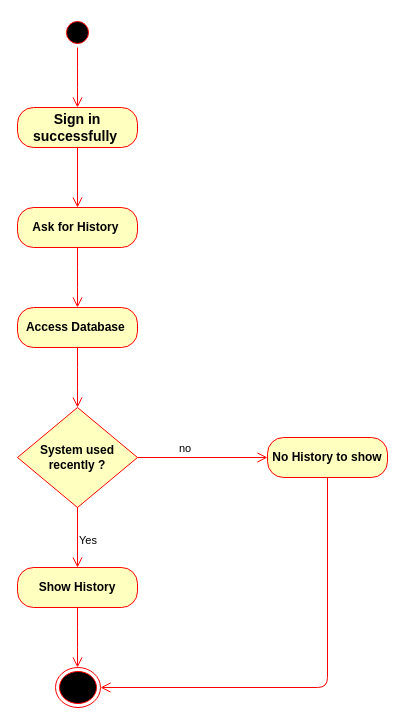
Before: Tasks/Reham/Activity Diagram/Show History.drawio in romanyn36/Catch-The-AI, a draw.io diagram. Source tidied: cells renumbered, new cells numbered last; positions are measured from the earlier drawing's top-left corner, leaving out a move shared by most shapes. Both pictures are drawn from the tidied source at 100%, with x=0, y=0 at pixel (17, 17).
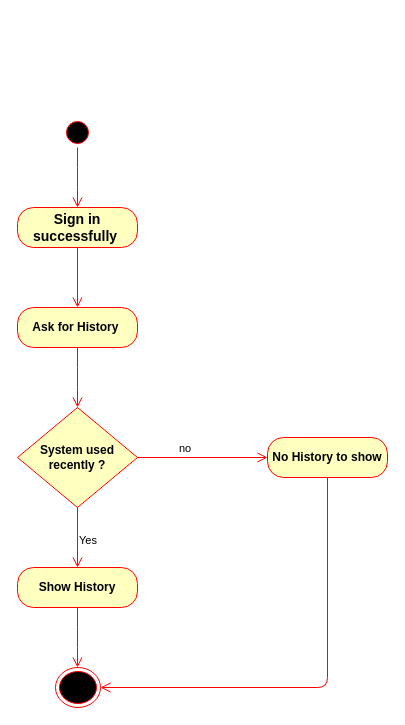
The same page after the edit.

What changed in the source:
```diff
@@
     <mxCell id="2" style="ellipse;html=1;shape=startState;fillColor=#000000;strokeColor=#ff0000;" parent="1" vertex="1">
-      <mxGeometry x="45" width="30" height="30" as="geometry" />
+      <mxGeometry x="45" y="100" width="30" height="30" as="geometry" />
     </mxCell>
     <mxCell id="3" style="edgeStyle=orthogonalEdgeStyle;html=1;verticalAlign=bottom;endArrow=open;endSize=8;strokeColor=#ff0000;" parent="1" edge="1" source="2">
       <mxGeometry relative="1" as="geometry">
-        <mxPoint x="60" y="90" as="targetPoint" />
+        <mxPoint x="60" y="190" as="targetPoint" />
       </mxGeometry>
     </mxCell>
     <mxCell id="4" value="&lt;b&gt;&lt;font style=&quot;font-size: 14px&quot;&gt;Sign in successfully&amp;nbsp;&lt;/font&gt;&lt;/b&gt;" style="rounded=1;whiteSpace=wrap;html=1;arcSize=40;fontColor=#000000;fillColor=#ffffc0;strokeColor=#ff0000;" parent="1" vertex="1">
-      <mxGeometry y="90" width="120" height="40" as="geometry" />
+      <mxGeometry y="190" width="120" height="40" as="geometry" />
     </mxCell>
     <mxCell id="5" value="&lt;b&gt;Ask for History&amp;nbsp;&lt;/b&gt;" style="rounded=1;whiteSpace=wrap;html=1;arcSize=40;fontColor=#000000;fillColor=#ffffc0;strokeColor=#ff0000;" parent="1" vertex="1">
-      <mxGeometry y="190" width="120" height="40" as="geometry" />
+      <mxGeometry y="290" width="120" height="40" as="geometry" />
     </mxCell>
     <mxCell id="6" style="edgeStyle=orthogonalEdgeStyle;html=1;verticalAlign=bottom;endArrow=open;endSize=8;strokeColor=#ff0000;" parent="1" edge="1" source="5">
       <mxGeometry relative="1" as="geometry">
-        <mxPoint x="60" y="290" as="targetPoint" />
+        <mxPoint x="60" y="390" as="targetPoint" />
       </mxGeometry>
     </mxCell>
@@
-    <mxCell id="8" value="&lt;b&gt;Access Database&amp;nbsp;&lt;/b&gt;" style="rounded=1;whiteSpace=wrap;html=1;arcSize=40;fontColor=#000000;fillColor=#ffffc0;strokeColor=#ff0000;" parent="1" vertex="1">
-      <mxGeometry y="290" width="120" height="40" as="geometry" />
-    </mxCell>
-    <mxCell id="9" style="edgeStyle=orthogonalEdgeStyle;html=1;verticalAlign=bottom;endArrow=open;endSize=8;strokeColor=#ff0000;" parent="1" edge="1" source="8">
+    <mxCell id="9" style="edgeStyle=orthogonalEdgeStyle;html=1;verticalAlign=bottom;endArrow=open;endSize=8;strokeColor=#ff0000;" parent="1" edge="1">
       <mxGeometry relative="1" as="geometry">
-        <mxPoint x="60" y="390" as="targetPoint" />
+        <mxPoint x="60" y="430" as="sourcePoint" />
+        <mxPoint x="60" y="490" as="targetPoint" />
       </mxGeometry>
     </mxCell>
```
